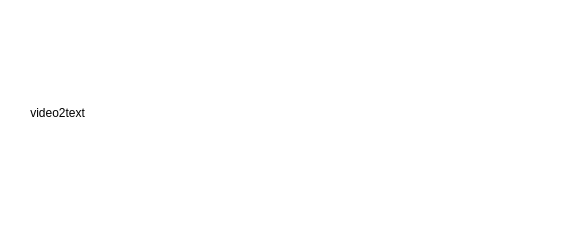
Before: video2text.drawio in AAluoxiang/drawioRepo, a draw.io diagram. Source tidied: cells renumbered, new cells numbered last; positions are measured from the earlier drawing's top-left corner, leaving out a move shared by most shapes. Both pictures are drawn from the tidied source at 100%, with x=0, y=0 at pixel (17, 98).
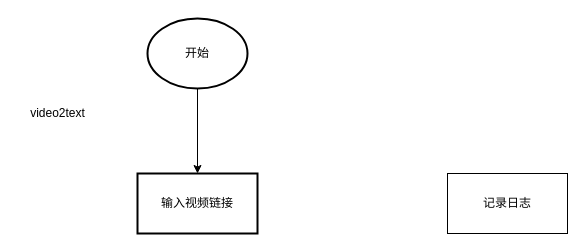
The same diagram, later.

The edit, as a diff of the source:
```diff
@@
 <mxGraphModel>
   <root>
     <mxCell id="0" />
     <mxCell id="1" parent="0" />
     <mxCell id="2" value="video2text" style="text;html=1;align=center;verticalAlign=middle;strokeColor=none;fillColor=none;" parent="1" vertex="1">
       <mxGeometry width="80" height="30" as="geometry" />
     </mxCell>
+    <mxCell id="3" style="edgeStyle=orthogonalEdgeStyle;rounded=0;jettySize=auto;html=1;" parent="1" edge="1" source="4" target="5">
+      <mxGeometry relative="1" as="geometry" />
+    </mxCell>
+    <mxCell id="4" value="开始" style="strokeWidth=2;html=1;shape=mxgraph.flowchart.start_2;whiteSpace=wrap;" parent="1" vertex="1">
+      <mxGeometry x="130" y="-80" width="100" height="70" as="geometry" />
+    </mxCell>
+    <mxCell id="5" value="输入视频链接" style="whiteSpace=wrap;html=1;strokeWidth=2;" parent="1" vertex="1">
+      <mxGeometry x="120" y="75" width="120" height="60" as="geometry" />
+    </mxCell>
+    <mxCell id="6" value="记录日志" style="whiteSpace=wrap;html=1;" parent="1" vertex="1">
+      <mxGeometry x="430" y="75" width="120" height="60" as="geometry" />
+    </mxCell>
   </root>
 </mxGraphModel>
```
